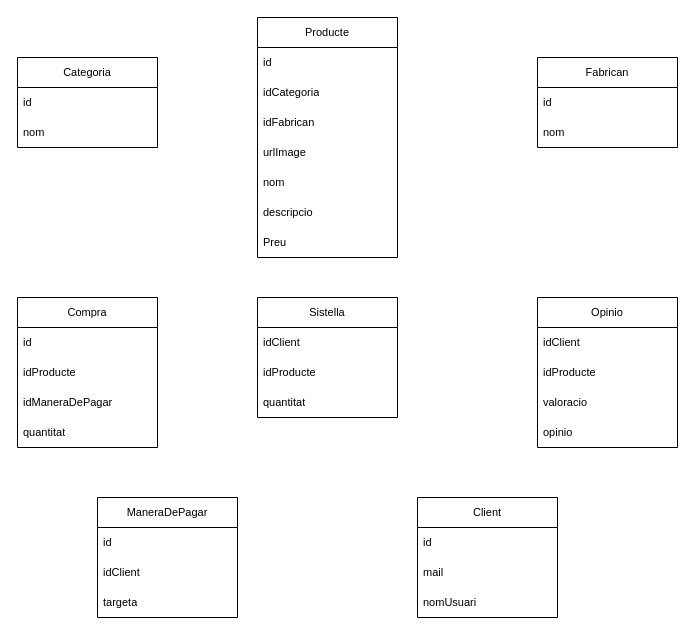
Above: docs/OmegaDL2_Conceptual.drawio in ChewicoGIT/EComerce (draw.io), before the change. Source tidied: cells renumbered, new cells numbered last; positions are measured from the earlier drawing's top-left corner, leaving out a move shared by most shapes. Both pictures are drawn from the tidied source at 100%, with x=0, y=0 at pixel (17, 17).
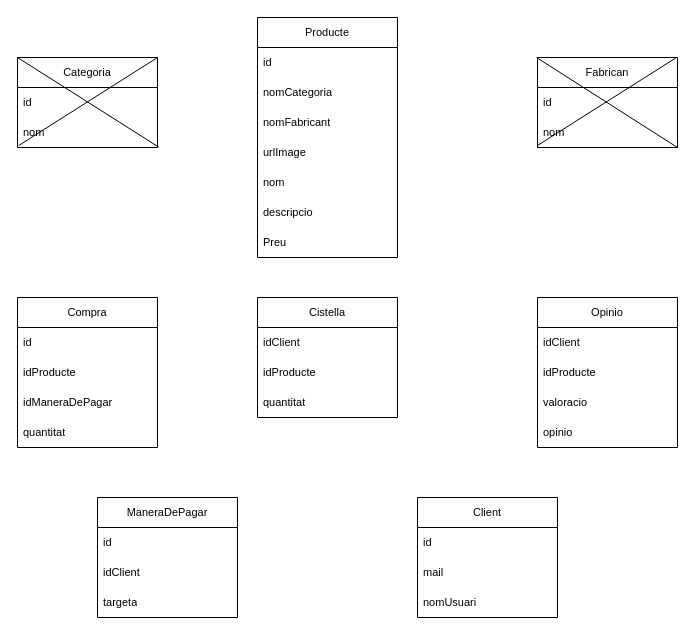
The same diagram, later.

Unchanged cells that the change refers to:
```xml
<mxCell id="2" value="Categoria" style="swimlane;fontStyle=0;horizontal=1;startSize=30;whiteSpace=wrap;html=1;fontFamily=Helvetica;fontSize=11;fontColor=default;" parent="1" vertex="1">
  <mxGeometry y="40" width="140" height="90" as="geometry" />
</mxCell>
<mxCell id="4" value="nom" style="text;strokeColor=none;fillColor=none;align=left;verticalAlign=middle;spacingLeft=4;spacingRight=4;overflow=hidden;points=[[0,0.5],[1,0.5]];portConstraint=eastwest;whiteSpace=wrap;html=1;fontSize=11;fontFamily=Helvetica;fontColor=default;" parent="2" vertex="1">
  <mxGeometry y="60" width="140" height="30" as="geometry" />
</mxCell>
<mxCell id="5" value="Producte" style="swimlane;fontStyle=0;horizontal=1;startSize=30;whiteSpace=wrap;html=1;fontFamily=Helvetica;fontSize=11;fontColor=default;" parent="1" vertex="1">
  <mxGeometry x="240" width="140" height="240" as="geometry" />
</mxCell>
<mxCell id="13" value="Fabrican" style="swimlane;fontStyle=0;horizontal=1;startSize=30;whiteSpace=wrap;html=1;fontFamily=Helvetica;fontSize=11;fontColor=default;" parent="1" vertex="1">
  <mxGeometry x="520" y="40" width="140" height="90" as="geometry" />
</mxCell>
```

The edit, as a diff of the source:
```diff
@@
+    <mxCell id="38" style="endArrow=none;html=1;rounded=0;exitX=0.009;exitY=0.933;exitDx=0;exitDy=0;exitPerimeter=0;" parent="2" edge="1" source="4">
+      <mxGeometry relative="1" as="geometry">
+        <mxPoint x="140" as="targetPoint" />
+      </mxGeometry>
+    </mxCell>
@@
+    <mxCell id="39" style="endArrow=none;html=1;rounded=0;exitX=0;exitY=0;exitDx=0;exitDy=0;entryX=1.009;entryY=0.987;entryDx=0;entryDy=0;entryPerimeter=0;" parent="2" edge="1" source="2" target="4">
+      <mxGeometry relative="1" as="geometry" />
+    </mxCell>
@@
-    <mxCell id="7" value="idCategoria" style="text;strokeColor=none;fillColor=none;align=left;verticalAlign=middle;spacingLeft=4;spacingRight=4;overflow=hidden;whiteSpace=wrap;html=1;fontSize=11;fontFamily=Helvetica;fontColor=default;" parent="5" vertex="1">
+    <mxCell id="7" value="nomCategoria" style="text;strokeColor=none;fillColor=none;align=left;verticalAlign=middle;spacingLeft=4;spacingRight=4;overflow=hidden;whiteSpace=wrap;html=1;fontSize=11;fontFamily=Helvetica;fontColor=default;" parent="5" vertex="1">
       <mxGeometry y="60" width="140" height="30" as="geometry" />
     </mxCell>
-    <mxCell id="8" value="idFabrican" style="text;strokeColor=none;fillColor=none;align=left;verticalAlign=middle;spacingLeft=4;spacingRight=4;overflow=hidden;whiteSpace=wrap;html=1;fontSize=11;fontFamily=Helvetica;fontColor=default;" parent="5" vertex="1">
+    <mxCell id="8" value="nomFabricant" style="text;strokeColor=none;fillColor=none;align=left;verticalAlign=middle;spacingLeft=4;spacingRight=4;overflow=hidden;whiteSpace=wrap;html=1;fontSize=11;fontFamily=Helvetica;fontColor=default;" parent="5" vertex="1">
       <mxGeometry y="90" width="140" height="30" as="geometry" />
     </mxCell>
@@
+    <mxCell id="40" style="endArrow=none;html=1;rounded=0;exitX=0.009;exitY=0.933;exitDx=0;exitDy=0;exitPerimeter=0;" parent="13" edge="1">
+      <mxGeometry relative="1" as="geometry">
+        <mxPoint y="88" as="sourcePoint" />
+        <mxPoint x="139" as="targetPoint" />
+      </mxGeometry>
+    </mxCell>
+    <mxCell id="41" style="endArrow=none;html=1;rounded=0;exitX=0;exitY=0;exitDx=0;exitDy=0;entryX=1.009;entryY=0.987;entryDx=0;entryDy=0;entryPerimeter=0;" parent="13" edge="1">
+      <mxGeometry relative="1" as="geometry">
+        <mxPoint x="-1" as="sourcePoint" />
+        <mxPoint x="140" y="90" as="targetPoint" />
+      </mxGeometry>
+    </mxCell>
@@
-    <mxCell id="21" value="Sistella" style="swimlane;fontStyle=0;horizontal=1;startSize=30;whiteSpace=wrap;html=1;fontFamily=Helvetica;fontSize=11;fontColor=default;" parent="1" vertex="1">
+    <mxCell id="21" value="Cistella" style="swimlane;fontStyle=0;horizontal=1;startSize=30;whiteSpace=wrap;html=1;fontFamily=Helvetica;fontSize=11;fontColor=default;" parent="1" vertex="1">
       <mxGeometry x="240" y="280" width="140" height="120" as="geometry" />
     </mxCell>
```
